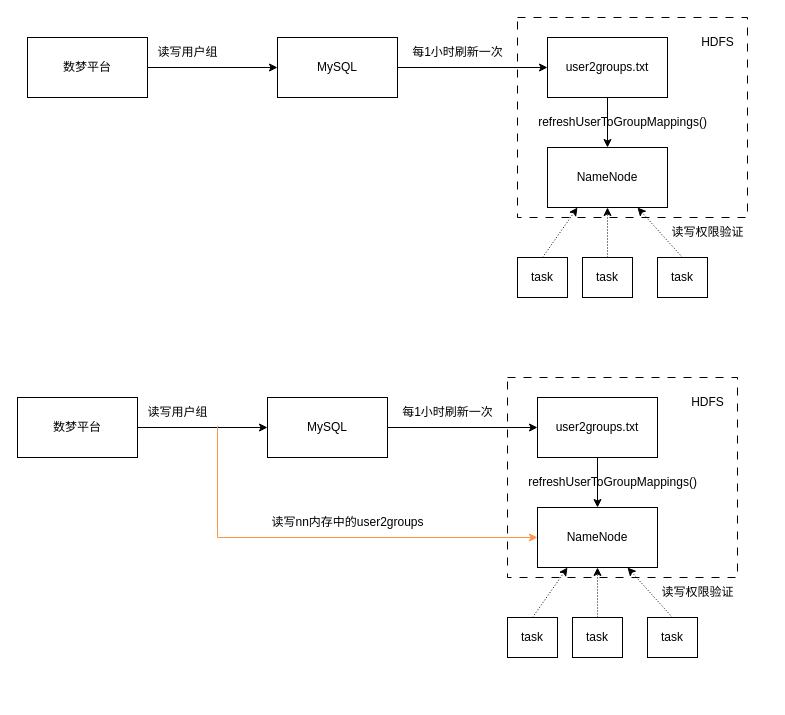
wmsj2000/drawio keeps this draw.io diagram as refeshUser2Group.drawio. Above is the earlier version. Source tidied: cells renumbered, new cells numbered last; positions are measured from the earlier drawing's top-left corner, leaving out a move shared by most shapes. Both pictures are drawn from the tidied source at 100%, with x=0, y=0 at pixel (17, 17).
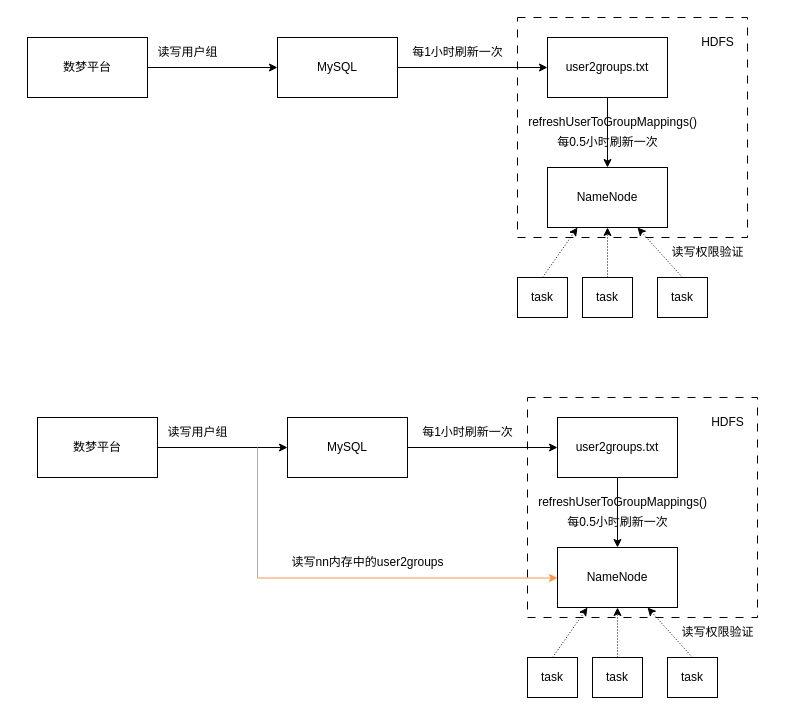
The same diagram, later.

Change to the diagram source:
```diff
@@
     <mxCell id="2" style="rounded=0;whiteSpace=wrap;html=1;dashed=1;dashPattern=8 8;" parent="1" vertex="1">
-      <mxGeometry x="500" width="230" height="200" as="geometry" />
+      <mxGeometry x="500" width="230" height="220" as="geometry" />
     </mxCell>
@@
     <mxCell id="6" value="NameNode" style="rounded=0;whiteSpace=wrap;html=1;" parent="1" vertex="1">
-      <mxGeometry x="530" y="130" width="120" height="60" as="geometry" />
+      <mxGeometry x="530" y="150" width="120" height="60" as="geometry" />
     </mxCell>
@@
     <mxCell id="11" value="refreshUserToGroupMappings()" style="text;html=1;align=center;verticalAlign=middle;strokeColor=none;fillColor=none;" parent="1" vertex="1">
-      <mxGeometry x="510" y="90" width="190" height="30" as="geometry" />
+      <mxGeometry x="500" y="90" width="190" height="30" as="geometry" />
     </mxCell>
@@
     <mxCell id="14" value="读写权限验证" style="text;html=1;align=center;verticalAlign=middle;strokeColor=none;fillColor=none;" parent="1" vertex="1">
-      <mxGeometry x="640" y="200" width="100" height="30" as="geometry" />
+      <mxGeometry x="640" y="220" width="100" height="30" as="geometry" />
     </mxCell>
     <mxCell id="15" value="task" style="rounded=0;whiteSpace=wrap;html=1;" parent="1" vertex="1">
-      <mxGeometry x="565" y="240" width="50" height="40" as="geometry" />
+      <mxGeometry x="565" y="260" width="50" height="40" as="geometry" />
     </mxCell>
     <mxCell id="16" value="task" style="rounded=0;whiteSpace=wrap;html=1;" parent="1" vertex="1">
-      <mxGeometry x="500" y="240" width="50" height="40" as="geometry" />
+      <mxGeometry x="500" y="260" width="50" height="40" as="geometry" />
     </mxCell>
-    <mxCell id="17" style="endArrow=classic;html=1;rounded=0;entryX=0.25;entryY=1;entryDx=0;entryDy=0;exitX=0.5;exitY=0;exitDx=0;exitDy=0;dashed=1;dashPattern=1 2;" parent="1" edge="1" source="16" target="6">
-      <mxGeometry relative="1" as="geometry" />
+    <mxCell id="17" style="endArrow=classic;html=1;rounded=0;entryX=0.25;entryY=1;entryDx=0;entryDy=0;exitX=0.5;exitY=0;exitDx=0;exitDy=0;dashed=1;dashPattern=1 2;" parent="1" edge="1" source="16">
+      <mxGeometry relative="1" as="geometry">
+        <mxPoint x="560" y="210" as="targetPoint" />
+      </mxGeometry>
     </mxCell>
     <mxCell id="18" value="task" style="rounded=0;whiteSpace=wrap;html=1;" parent="1" vertex="1">
-      <mxGeometry x="640" y="240" width="50" height="40" as="geometry" />
+      <mxGeometry x="640" y="260" width="50" height="40" as="geometry" />
     </mxCell>
-    <mxCell id="19" style="endArrow=classic;html=1;rounded=0;entryX=0.75;entryY=1;entryDx=0;entryDy=0;exitX=0.5;exitY=0;exitDx=0;exitDy=0;dashed=1;dashPattern=1 2;" parent="1" edge="1" source="18" target="6">
-      <mxGeometry relative="1" as="geometry" />
+    <mxCell id="19" style="endArrow=classic;html=1;rounded=0;entryX=0.75;entryY=1;entryDx=0;entryDy=0;exitX=0.5;exitY=0;exitDx=0;exitDy=0;dashed=1;dashPattern=1 2;" parent="1" edge="1" source="18">
+      <mxGeometry relative="1" as="geometry">
+        <mxPoint x="620" y="210" as="targetPoint" />
+      </mxGeometry>
     </mxCell>
-    <mxCell id="20" style="endArrow=classic;html=1;rounded=0;entryX=0.5;entryY=1;entryDx=0;entryDy=0;exitX=0.5;exitY=0;exitDx=0;exitDy=0;dashed=1;dashPattern=1 2;" parent="1" edge="1" source="15" target="6">
-      <mxGeometry relative="1" as="geometry" />
+    <mxCell id="20" style="endArrow=classic;html=1;rounded=0;entryX=0.5;entryY=1;entryDx=0;entryDy=0;exitX=0.5;exitY=0;exitDx=0;exitDy=0;dashed=1;dashPattern=1 2;" parent="1" edge="1" source="15">
+      <mxGeometry relative="1" as="geometry">
+        <mxPoint x="590" y="210" as="targetPoint" />
+      </mxGeometry>
     </mxCell>
-    <mxCell id="21" style="rounded=0;whiteSpace=wrap;html=1;dashed=1;dashPattern=8 8;" parent="1" vertex="1">
-      <mxGeometry x="490" y="360" width="230" height="200" as="geometry" />
-    </mxCell>
+    <mxCell id="42" value="每0.5小时刷新一次" style="text;html=1;align=center;verticalAlign=middle;strokeColor=none;fillColor=none;" parent="1" vertex="1">
+      <mxGeometry x="530" y="110" width="120" height="30" as="geometry" />
+    </mxCell>
+    <mxCell id="43" style="rounded=0;whiteSpace=wrap;html=1;dashed=1;dashPattern=8 8;" parent="1" vertex="1">
+      <mxGeometry x="510" y="380" width="230" height="220" as="geometry" />
+    </mxCell>
     <mxCell id="22" value="数梦平台" style="rounded=0;whiteSpace=wrap;html=1;" parent="1" vertex="1">
-      <mxGeometry y="380" width="120" height="60" as="geometry" />
+      <mxGeometry x="20" y="400" width="120" height="60" as="geometry" />
     </mxCell>
     <mxCell id="23" value="MySQL" style="rounded=0;whiteSpace=wrap;html=1;" parent="1" vertex="1">
-      <mxGeometry x="250" y="380" width="120" height="60" as="geometry" />
+      <mxGeometry x="270" y="400" width="120" height="60" as="geometry" />
     </mxCell>
     <mxCell id="24" value="user2groups.txt" style="rounded=0;whiteSpace=wrap;html=1;" parent="1" vertex="1">
-      <mxGeometry x="520" y="380" width="120" height="60" as="geometry" />
+      <mxGeometry x="540" y="400" width="120" height="60" as="geometry" />
     </mxCell>
     <mxCell id="25" value="NameNode" style="rounded=0;whiteSpace=wrap;html=1;" parent="1" vertex="1">
-      <mxGeometry x="520" y="490" width="120" height="60" as="geometry" />
+      <mxGeometry x="540" y="530" width="120" height="60" as="geometry" />
     </mxCell>
@@
     <mxCell id="27" value="读写用户组" style="text;html=1;align=center;verticalAlign=middle;points=[];strokeColor=none;fillColor=none;" parent="1" vertex="1">
-      <mxGeometry x="120" y="380" width="80" height="30" as="geometry" />
+      <mxGeometry x="140" y="400" width="80" height="30" as="geometry" />
     </mxCell>
@@
     <mxCell id="30" value="refreshUserToGroupMappings()" style="text;html=1;align=center;verticalAlign=middle;strokeColor=none;fillColor=none;" parent="1" vertex="1">
-      <mxGeometry x="500" y="450" width="190" height="30" as="geometry" />
+      <mxGeometry x="510" y="470" width="190" height="30" as="geometry" />
     </mxCell>
     <mxCell id="31" value="每1小时刷新一次" style="text;html=1;align=center;verticalAlign=middle;strokeColor=none;fillColor=none;" parent="1" vertex="1">
-      <mxGeometry x="375" y="380" width="110" height="30" as="geometry" />
+      <mxGeometry x="395" y="400" width="110" height="30" as="geometry" />
     </mxCell>
     <mxCell id="32" value="HDFS" style="text;html=1;align=center;verticalAlign=middle;strokeColor=none;fillColor=none;" parent="1" vertex="1">
-      <mxGeometry x="660" y="370" width="60" height="30" as="geometry" />
+      <mxGeometry x="680" y="390" width="60" height="30" as="geometry" />
     </mxCell>
     <mxCell id="33" value="读写权限验证" style="text;html=1;align=center;verticalAlign=middle;strokeColor=none;fillColor=none;" parent="1" vertex="1">
-      <mxGeometry x="630" y="560" width="100" height="30" as="geometry" />
+      <mxGeometry x="650" y="600" width="100" height="30" as="geometry" />
     </mxCell>
-    <mxCell id="34" style="edgeStyle=segmentEdgeStyle;endArrow=classic;html=1;curved=0;rounded=0;strokeColor=#FF9647;exitX=1.013;exitY=0.967;exitDx=0;exitDy=0;exitPerimeter=0;" parent="1" edge="1" source="27">
-      <mxGeometry relative="1" as="geometry">
-        <mxPoint x="520" y="520" as="targetPoint" />
-        <Array as="points">
-          <mxPoint x="200" y="409" />
-          <mxPoint x="200" y="520" />
-        </Array>
-      </mxGeometry>
-    </mxCell>
+    <mxCell id="44" value="task" style="rounded=0;whiteSpace=wrap;html=1;" parent="1" vertex="1">
+      <mxGeometry x="575" y="640" width="50" height="40" as="geometry" />
+    </mxCell>
+    <mxCell id="45" value="task" style="rounded=0;whiteSpace=wrap;html=1;" parent="1" vertex="1">
+      <mxGeometry x="510" y="640" width="50" height="40" as="geometry" />
+    </mxCell>
+    <mxCell id="46" style="endArrow=classic;html=1;rounded=0;entryX=0.25;entryY=1;entryDx=0;entryDy=0;exitX=0.5;exitY=0;exitDx=0;exitDy=0;dashed=1;dashPattern=1 2;" parent="1" edge="1" source="45">
+      <mxGeometry relative="1" as="geometry">
+        <mxPoint x="570" y="590" as="targetPoint" />
+      </mxGeometry>
+    </mxCell>
+    <mxCell id="47" value="task" style="rounded=0;whiteSpace=wrap;html=1;" parent="1" vertex="1">
+      <mxGeometry x="650" y="640" width="50" height="40" as="geometry" />
+    </mxCell>
+    <mxCell id="48" style="endArrow=classic;html=1;rounded=0;entryX=0.75;entryY=1;entryDx=0;entryDy=0;exitX=0.5;exitY=0;exitDx=0;exitDy=0;dashed=1;dashPattern=1 2;" parent="1" edge="1" source="47">
+      <mxGeometry relative="1" as="geometry">
+        <mxPoint x="630" y="590" as="targetPoint" />
+      </mxGeometry>
+    </mxCell>
+    <mxCell id="49" style="endArrow=classic;html=1;rounded=0;entryX=0.5;entryY=1;entryDx=0;entryDy=0;exitX=0.5;exitY=0;exitDx=0;exitDy=0;dashed=1;dashPattern=1 2;" parent="1" edge="1" source="44">
+      <mxGeometry relative="1" as="geometry">
+        <mxPoint x="600" y="590" as="targetPoint" />
+      </mxGeometry>
+    </mxCell>
+    <mxCell id="50" value="每0.5小时刷新一次" style="text;html=1;align=center;verticalAlign=middle;strokeColor=none;fillColor=none;" parent="1" vertex="1">
+      <mxGeometry x="540" y="490" width="120" height="30" as="geometry" />
+    </mxCell>
+    <mxCell id="51" style="edgeStyle=segmentEdgeStyle;endArrow=classic;html=1;curved=0;rounded=0;strokeColor=#FF9647;" parent="1" edge="1">
+      <mxGeometry relative="1" as="geometry">
+        <mxPoint x="240" y="430" as="sourcePoint" />
+        <mxPoint x="540" y="560.5" as="targetPoint" />
+        <Array as="points">
+          <mxPoint x="240" y="450" />
+          <mxPoint x="240" y="561" />
+        </Array>
+      </mxGeometry>
+    </mxCell>
     <mxCell id="35" value="读写nn内存中的user2groups" style="text;html=1;align=center;verticalAlign=middle;strokeColor=none;fillColor=none;" parent="1" vertex="1">
-      <mxGeometry x="240" y="490" width="180" height="30" as="geometry" />
+      <mxGeometry x="260" y="530" width="180" height="30" as="geometry" />
     </mxCell>
-    <mxCell id="36" value="task" style="rounded=0;whiteSpace=wrap;html=1;" parent="1" vertex="1">
-      <mxGeometry x="555" y="600" width="50" height="40" as="geometry" />
-    </mxCell>
-    <mxCell id="37" value="task" style="rounded=0;whiteSpace=wrap;html=1;" parent="1" vertex="1">
-      <mxGeometry x="490" y="600" width="50" height="40" as="geometry" />
-    </mxCell>
-    <mxCell id="38" style="endArrow=classic;html=1;rounded=0;entryX=0.25;entryY=1;entryDx=0;entryDy=0;exitX=0.5;exitY=0;exitDx=0;exitDy=0;dashed=1;dashPattern=1 2;" parent="1" edge="1" source="37" target="25">
-      <mxGeometry relative="1" as="geometry" />
-    </mxCell>
-    <mxCell id="39" value="task" style="rounded=0;whiteSpace=wrap;html=1;" parent="1" vertex="1">
-      <mxGeometry x="630" y="600" width="50" height="40" as="geometry" />
-    </mxCell>
-    <mxCell id="40" style="endArrow=classic;html=1;rounded=0;entryX=0.75;entryY=1;entryDx=0;entryDy=0;exitX=0.5;exitY=0;exitDx=0;exitDy=0;dashed=1;dashPattern=1 2;" parent="1" edge="1" source="39" target="25">
-      <mxGeometry relative="1" as="geometry" />
-    </mxCell>
-    <mxCell id="41" style="endArrow=classic;html=1;rounded=0;entryX=0.5;entryY=1;entryDx=0;entryDy=0;exitX=0.5;exitY=0;exitDx=0;exitDy=0;dashed=1;dashPattern=1 2;" parent="1" edge="1" source="36" target="25">
-      <mxGeometry relative="1" as="geometry" />
-    </mxCell>
```
